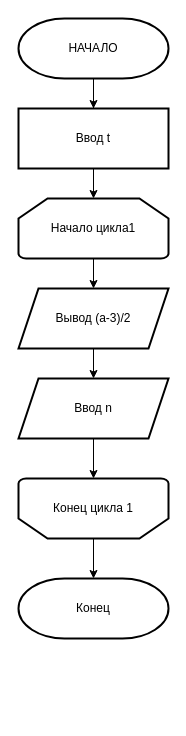
GSQV/Block-shemes2 keeps this draw.io diagram as troiki.drawio. Above is the earlier version. Source tidied: cells renumbered, new cells numbered last; positions are measured from the earlier drawing's top-left corner, leaving out a move shared by most shapes. Both pictures are drawn from the tidied source at 100%, with x=0, y=0 at pixel (18, 18).
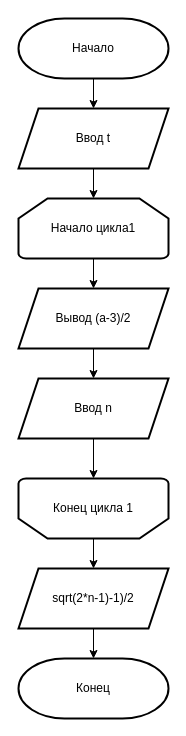
The same diagram, later.

Change to the diagram source:
```diff
@@
 <mxGraphModel>
   <root>
     <mxCell id="0" />
     <mxCell id="1" parent="0" />
-    <mxCell id="2" style="edgeStyle=orthogonalEdgeStyle;rounded=0;jettySize=auto;html=1;" parent="1" edge="1" source="4" target="6">
-      <mxGeometry relative="1" as="geometry" />
-    </mxCell>
     <mxCell id="3" style="edgeStyle=orthogonalEdgeStyle;rounded=0;jettySize=auto;html=1;" parent="1" edge="1" source="4" target="7">
       <mxGeometry relative="1" as="geometry" />
     </mxCell>
-    <mxCell id="4" value="НАЧАЛО" style="strokeWidth=2;html=1;shape=mxgraph.flowchart.terminator;whiteSpace=wrap;" parent="1" vertex="1">
+    <mxCell id="4" value="Начало" style="strokeWidth=2;html=1;shape=mxgraph.flowchart.terminator;whiteSpace=wrap;" parent="1" vertex="1">
       <mxGeometry width="150" height="60" as="geometry" />
     </mxCell>
     <mxCell id="5" style="edgeStyle=orthogonalEdgeStyle;rounded=0;jettySize=auto;html=1;" parent="1" edge="1" source="6" target="9">
       <mxGeometry relative="1" as="geometry" />
     </mxCell>
     <mxCell id="6" value="Начало цикла1" style="strokeWidth=2;html=1;shape=mxgraph.flowchart.loop_limit;whiteSpace=wrap;" parent="1" vertex="1">
       <mxGeometry y="180" width="150" height="60" as="geometry" />
     </mxCell>
-    <mxCell id="7" value="Ввод t" style="whiteSpace=wrap;html=1;strokeWidth=2;" parent="1" vertex="1">
-      <mxGeometry y="90" width="150" height="60" as="geometry" />
-    </mxCell>
     <mxCell id="8" style="edgeStyle=orthogonalEdgeStyle;rounded=0;jettySize=auto;html=1;" parent="1" edge="1" source="9" target="12">
       <mxGeometry relative="1" as="geometry" />
     </mxCell>
     <mxCell id="9" value="Вывод (а-3)/2" style="shape=parallelogram;perimeter=parallelogramPerimeter;whiteSpace=wrap;html=1;fixedSize=1;strokeWidth=2;" parent="1" vertex="1">
       <mxGeometry y="270" width="150" height="60" as="geometry" />
     </mxCell>
-    <mxCell id="10" style="edgeStyle=orthogonalEdgeStyle;rounded=0;jettySize=auto;html=1;startArrow=none;" parent="1" edge="1" source="14" target="13">
-      <mxGeometry relative="1" as="geometry" />
-    </mxCell>
     <mxCell id="11" style="edgeStyle=orthogonalEdgeStyle;rounded=0;jettySize=auto;html=1;" parent="1" edge="1" source="12" target="14">
       <mxGeometry relative="1" as="geometry" />
     </mxCell>
     <mxCell id="12" value="Ввод n" style="shape=parallelogram;perimeter=parallelogramPerimeter;whiteSpace=wrap;html=1;fixedSize=1;strokeWidth=2;" parent="1" vertex="1">
       <mxGeometry y="360" width="150" height="60" as="geometry" />
     </mxCell>
     <mxCell id="13" value="Конец" style="strokeWidth=2;html=1;shape=mxgraph.flowchart.terminator;whiteSpace=wrap;" parent="1" vertex="1">
-      <mxGeometry y="560" width="150" height="60" as="geometry" />
+      <mxGeometry y="640" width="150" height="60" as="geometry" />
     </mxCell>
+    <mxCell id="15" style="edgeStyle=orthogonalEdgeStyle;rounded=0;jettySize=auto;html=1;" parent="1" edge="1" source="14" target="18">
+      <mxGeometry relative="1" as="geometry" />
+    </mxCell>
     <mxCell id="14" value="Конец цикла 1" style="strokeWidth=2;html=1;shape=mxgraph.flowchart.loop_limit;whiteSpace=wrap;direction=west;" parent="1" vertex="1">
       <mxGeometry y="460" width="150" height="60" as="geometry" />
     </mxCell>
+    <mxCell id="16" style="edgeStyle=orthogonalEdgeStyle;rounded=0;jettySize=auto;html=1;" parent="1" edge="1" source="7" target="6">
+      <mxGeometry relative="1" as="geometry" />
+    </mxCell>
+    <mxCell id="7" value="Ввод t" style="shape=parallelogram;perimeter=parallelogramPerimeter;whiteSpace=wrap;html=1;fixedSize=1;strokeWidth=2;" parent="1" vertex="1">
+      <mxGeometry y="90" width="150" height="60" as="geometry" />
+    </mxCell>
+    <mxCell id="17" style="edgeStyle=orthogonalEdgeStyle;rounded=0;jettySize=auto;html=1;" parent="1" edge="1" source="18" target="13">
+      <mxGeometry relative="1" as="geometry" />
+    </mxCell>
+    <mxCell id="18" value="sqrt(2*n-1)-1)/2" style="shape=parallelogram;perimeter=parallelogramPerimeter;whiteSpace=wrap;html=1;fixedSize=1;strokeWidth=2;" parent="1" vertex="1">
+      <mxGeometry y="550" width="150" height="60" as="geometry" />
+    </mxCell>
   </root>
 </mxGraphModel>
```
